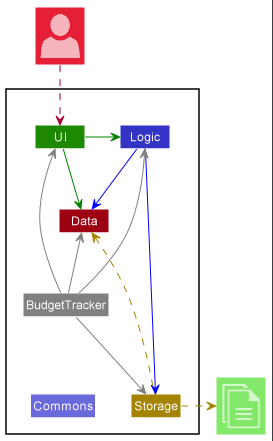
Above: docs/images/ArchitectureDiagram.png in nus-cs2113-AY2122S1/tp (PlantUML), before the change. Its source is kept beside it as docs/diagrams/ArchitectureDiagram.puml.
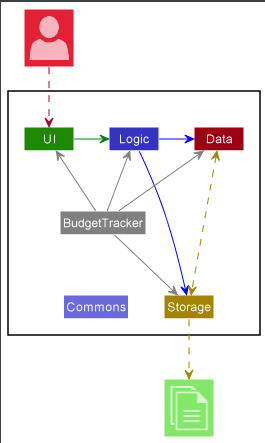
After the change.

Diff of the diagram source:
```diff
@@ -18,16 +18,16 @@
 
 
 UI -[#green]> Logic
-UI -right[#green]-> Data
+
 Logic -[#blue]-> Storage
-Logic -down[#blue]-> Data
+Logic -right[#blue]-> Data
 BudgetTracker -[#grey]-> UI
 BudgetTracker -[#grey]-> Logic
 BudgetTracker -[#grey]-> Storage
 BudgetTracker -up[#grey]-> Data
 BudgetTracker -down[hidden]-> Commons
 
-Storage -up[STORAGE_COLOR].> Data
+Storage <-up[STORAGE_COLOR].> Data
 Storage .down[STORAGE_COLOR].>File
 User ..> UI
 @enduml
```
